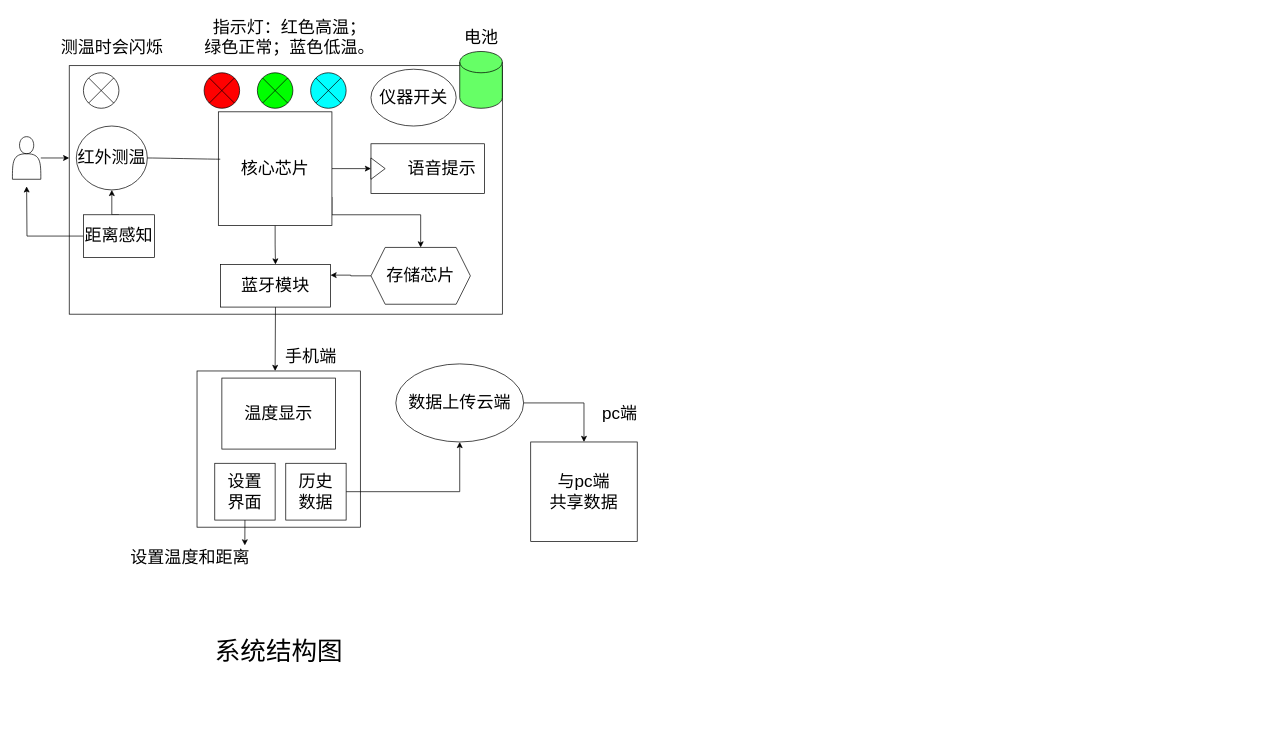
This is gongjiao1.drawio from Zha0-Hu1/diaw.io, a draw.io file, before an edit. Source tidied: cells renumbered, new cells numbered last; positions are measured from the earlier drawing's top-left corner, leaving out a move shared by most shapes. Both pictures are drawn from the tidied source at 71%, with x=0, y=0 at pixel (12, 12).
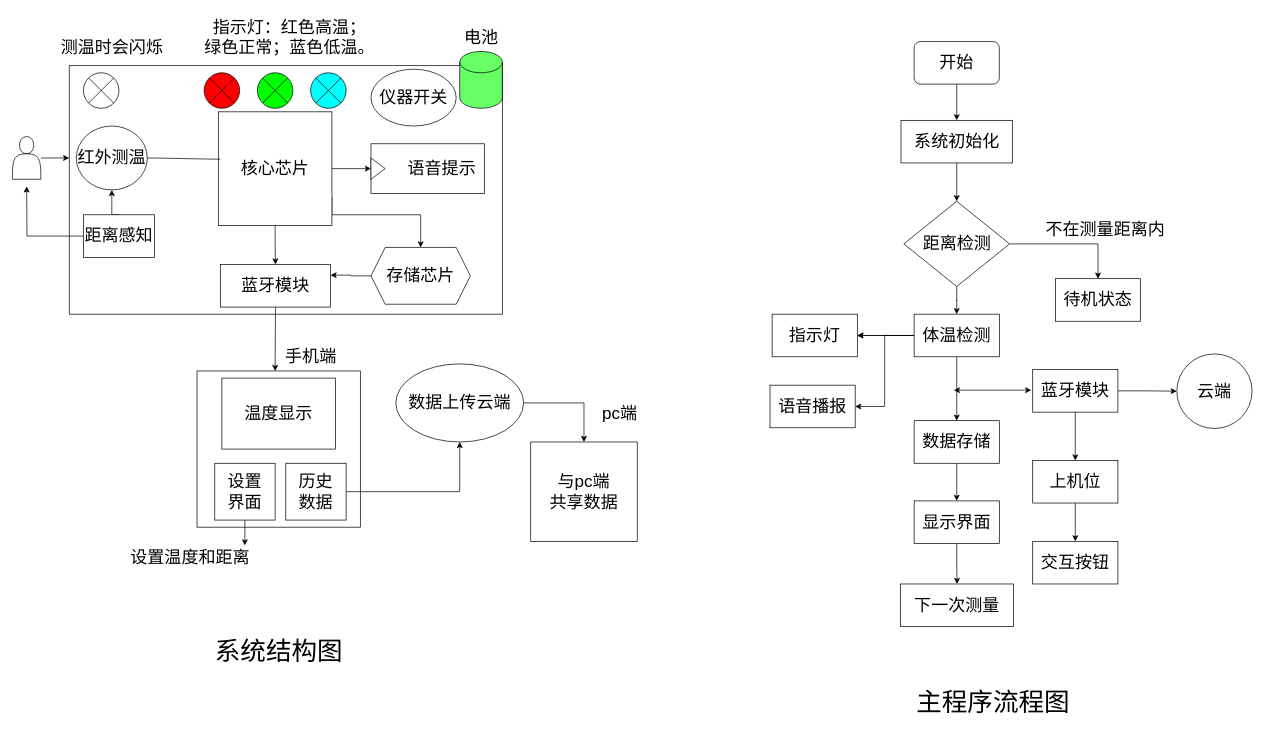
The same diagram, later.

What changed in the source:
```diff
@@
+    <mxCell id="42" style="edgeStyle=orthogonalEdgeStyle;rounded=0;jettySize=auto;html=1;" parent="1" edge="1" source="43" target="45">
+      <mxGeometry relative="1" as="geometry" />
+    </mxCell>
+    <mxCell id="43" value="&lt;font style=&quot;font-size: 24px;&quot;&gt;开始&lt;/font&gt;" style="rounded=1;whiteSpace=wrap;html=1;" parent="1" vertex="1">
+      <mxGeometry x="1270" y="41" width="120" height="60" as="geometry" />
+    </mxCell>
+    <mxCell id="44" style="edgeStyle=orthogonalEdgeStyle;rounded=0;jettySize=auto;html=1;" parent="1" edge="1" source="45" target="48">
+      <mxGeometry relative="1" as="geometry" />
+    </mxCell>
+    <mxCell id="45" value="&lt;font style=&quot;font-size: 24px;&quot;&gt;系统初始化&lt;/font&gt;" style="rounded=0;whiteSpace=wrap;html=1;" parent="1" vertex="1">
+      <mxGeometry x="1251.5" y="152" width="157" height="60" as="geometry" />
+    </mxCell>
+    <mxCell id="46" style="edgeStyle=orthogonalEdgeStyle;rounded=0;jettySize=auto;html=1;" parent="1" edge="1" source="48" target="53">
+      <mxGeometry relative="1" as="geometry" />
+    </mxCell>
+    <mxCell id="47" style="edgeStyle=orthogonalEdgeStyle;rounded=0;jettySize=auto;html=1;exitX=1;exitY=0.5;exitDx=0;exitDy=0;entryX=0.5;entryY=0;entryDx=0;entryDy=0;" parent="1" edge="1" source="48" target="54">
+      <mxGeometry relative="1" as="geometry" />
+    </mxCell>
+    <mxCell id="48" value="&lt;font style=&quot;font-size: 24px;&quot;&gt;距离检测&lt;/font&gt;" style="rhombus;whiteSpace=wrap;html=1;rounded=0;" parent="1" vertex="1">
+      <mxGeometry x="1255.5" y="266" width="149" height="120" as="geometry" />
+    </mxCell>
+    <mxCell id="49" style="edgeStyle=orthogonalEdgeStyle;rounded=0;jettySize=auto;html=1;" parent="1" edge="1" source="53" target="57">
+      <mxGeometry relative="1" as="geometry" />
+    </mxCell>
+    <mxCell id="50" style="edgeStyle=orthogonalEdgeStyle;rounded=0;jettySize=auto;html=1;" parent="1" edge="1" source="53" target="63">
+      <mxGeometry relative="1" as="geometry" />
+    </mxCell>
+    <mxCell id="51" style="edgeStyle=orthogonalEdgeStyle;rounded=0;jettySize=auto;html=1;" parent="1" edge="1" source="53" target="63">
+      <mxGeometry relative="1" as="geometry" />
+    </mxCell>
+    <mxCell id="52" style="edgeStyle=orthogonalEdgeStyle;rounded=0;jettySize=auto;html=1;exitX=0;exitY=0.5;exitDx=0;exitDy=0;entryX=1;entryY=0.5;entryDx=0;entryDy=0;" parent="1" edge="1" source="53" target="64">
+      <mxGeometry relative="1" as="geometry" />
+    </mxCell>
+    <mxCell id="53" value="&lt;span style=&quot;font-size: 24px;&quot;&gt;体温检测&lt;/span&gt;" style="whiteSpace=wrap;html=1;rounded=0;" parent="1" vertex="1">
+      <mxGeometry x="1270" y="425" width="120" height="60" as="geometry" />
+    </mxCell>
+    <mxCell id="54" value="&lt;font style=&quot;font-size: 24px;&quot;&gt;待机状态&lt;/font&gt;" style="whiteSpace=wrap;html=1;rounded=0;" parent="1" vertex="1">
+      <mxGeometry x="1469" y="375" width="120" height="60" as="geometry" />
+    </mxCell>
+    <mxCell id="55" value="&lt;font style=&quot;font-size: 24px;&quot;&gt;不在测量距离内&lt;/font&gt;" style="text;html=1;align=center;verticalAlign=middle;strokeColor=none;fillColor=none;" parent="1" vertex="1">
+      <mxGeometry x="1446" y="285" width="186" height="41" as="geometry" />
+    </mxCell>
+    <mxCell id="56" style="edgeStyle=orthogonalEdgeStyle;rounded=0;jettySize=auto;html=1;" parent="1" edge="1" source="57" target="69">
+      <mxGeometry relative="1" as="geometry" />
+    </mxCell>
+    <mxCell id="57" value="&lt;font style=&quot;font-size: 24px;&quot;&gt;数据存储&lt;/font&gt;" style="whiteSpace=wrap;html=1;rounded=0;" parent="1" vertex="1">
+      <mxGeometry x="1270" y="575" width="120" height="60" as="geometry" />
+    </mxCell>
+    <mxCell id="58" style="endArrow=classic;startArrow=classic;html=1;rounded=0;" parent="1" edge="1">
+      <mxGeometry relative="1" as="geometry">
+        <mxPoint x="1435" y="532" as="sourcePoint" />
+        <mxPoint x="1326" y="532" as="targetPoint" />
+      </mxGeometry>
+    </mxCell>
+    <mxCell id="59" style="edgeStyle=orthogonalEdgeStyle;rounded=0;jettySize=auto;html=1;" parent="1" edge="1" source="61" target="62">
+      <mxGeometry relative="1" as="geometry" />
+    </mxCell>
+    <mxCell id="60" style="edgeStyle=orthogonalEdgeStyle;rounded=0;jettySize=auto;html=1;" parent="1" edge="1" source="61" target="66">
+      <mxGeometry relative="1" as="geometry" />
+    </mxCell>
+    <mxCell id="61" value="&lt;font style=&quot;font-size: 24px;&quot;&gt;蓝牙模块&lt;/font&gt;" style="rounded=0;whiteSpace=wrap;html=1;" parent="1" vertex="1">
+      <mxGeometry x="1437" y="503" width="120" height="60" as="geometry" />
+    </mxCell>
+    <mxCell id="62" value="&lt;font style=&quot;font-size: 24px;&quot;&gt;云端&lt;/font&gt;" style="ellipse;whiteSpace=wrap;html=1;rounded=0;" parent="1" vertex="1">
+      <mxGeometry x="1640" y="481" width="106" height="105" as="geometry" />
+    </mxCell>
+    <mxCell id="63" value="&lt;font style=&quot;font-size: 24px;&quot;&gt;指示灯&lt;/font&gt;" style="whiteSpace=wrap;html=1;rounded=0;" parent="1" vertex="1">
+      <mxGeometry x="1070" y="425" width="120" height="60" as="geometry" />
+    </mxCell>
+    <mxCell id="64" value="&lt;font style=&quot;font-size: 24px;&quot;&gt;语音播报&lt;/font&gt;" style="rounded=0;whiteSpace=wrap;html=1;" parent="1" vertex="1">
+      <mxGeometry x="1067" y="525" width="120" height="60" as="geometry" />
+    </mxCell>
+    <mxCell id="65" style="edgeStyle=orthogonalEdgeStyle;rounded=0;jettySize=auto;html=1;" parent="1" edge="1" source="66" target="67">
+      <mxGeometry relative="1" as="geometry" />
+    </mxCell>
+    <mxCell id="66" value="&lt;font style=&quot;font-size: 24px;&quot;&gt;上机位&lt;/font&gt;" style="whiteSpace=wrap;html=1;rounded=0;" parent="1" vertex="1">
+      <mxGeometry x="1437" y="631" width="120" height="60" as="geometry" />
+    </mxCell>
+    <mxCell id="67" value="&lt;font style=&quot;font-size: 24px;&quot;&gt;交互按钮&lt;/font&gt;" style="whiteSpace=wrap;html=1;rounded=0;" parent="1" vertex="1">
+      <mxGeometry x="1437" y="745" width="120" height="60" as="geometry" />
+    </mxCell>
+    <mxCell id="68" style="edgeStyle=orthogonalEdgeStyle;rounded=0;jettySize=auto;html=1;" parent="1" edge="1" source="69" target="70">
+      <mxGeometry relative="1" as="geometry" />
+    </mxCell>
+    <mxCell id="69" value="&lt;font style=&quot;font-size: 24px;&quot;&gt;显示界面&lt;/font&gt;" style="whiteSpace=wrap;html=1;rounded=0;" parent="1" vertex="1">
+      <mxGeometry x="1270" y="688" width="120" height="60" as="geometry" />
+    </mxCell>
+    <mxCell id="70" value="&lt;font style=&quot;font-size: 24px;&quot;&gt;下一次测量&lt;/font&gt;" style="whiteSpace=wrap;html=1;rounded=0;" parent="1" vertex="1">
+      <mxGeometry x="1251" y="805" width="159" height="60" as="geometry" />
+    </mxCell>
+    <mxCell id="71" value="&lt;font style=&quot;font-size: 36px;&quot;&gt;主程序流程图&lt;/font&gt;" style="text;html=1;align=center;verticalAlign=middle;strokeColor=none;fillColor=none;" parent="1" vertex="1">
+      <mxGeometry x="1264" y="944" width="234" height="55" as="geometry" />
+    </mxCell>
```
